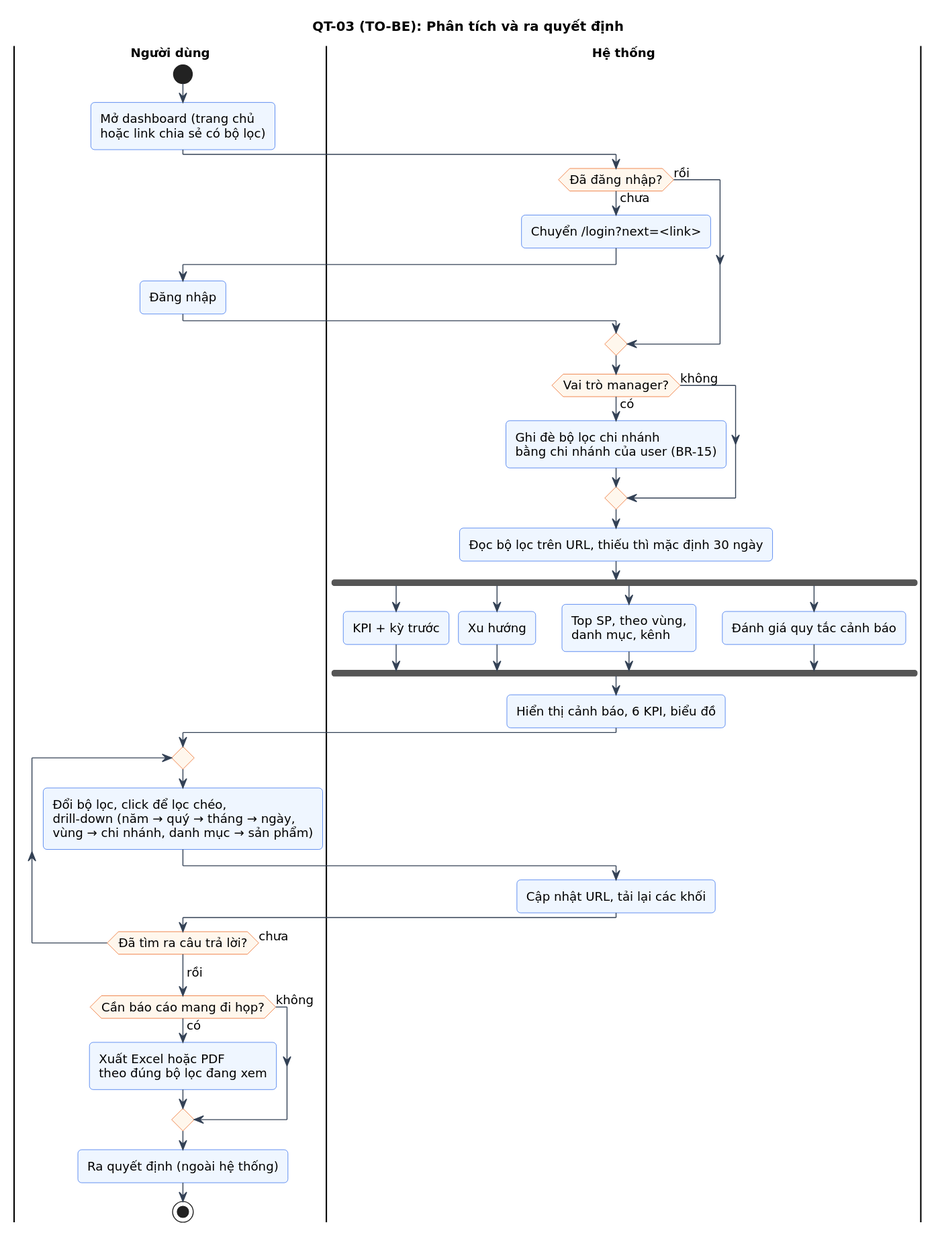
This is docs/phan-tich/so-do/out/05-qt-phan-tich.svg from hoang13516-dev/TTCN_CCROBO, a PlantUML export, as it was before one commit.
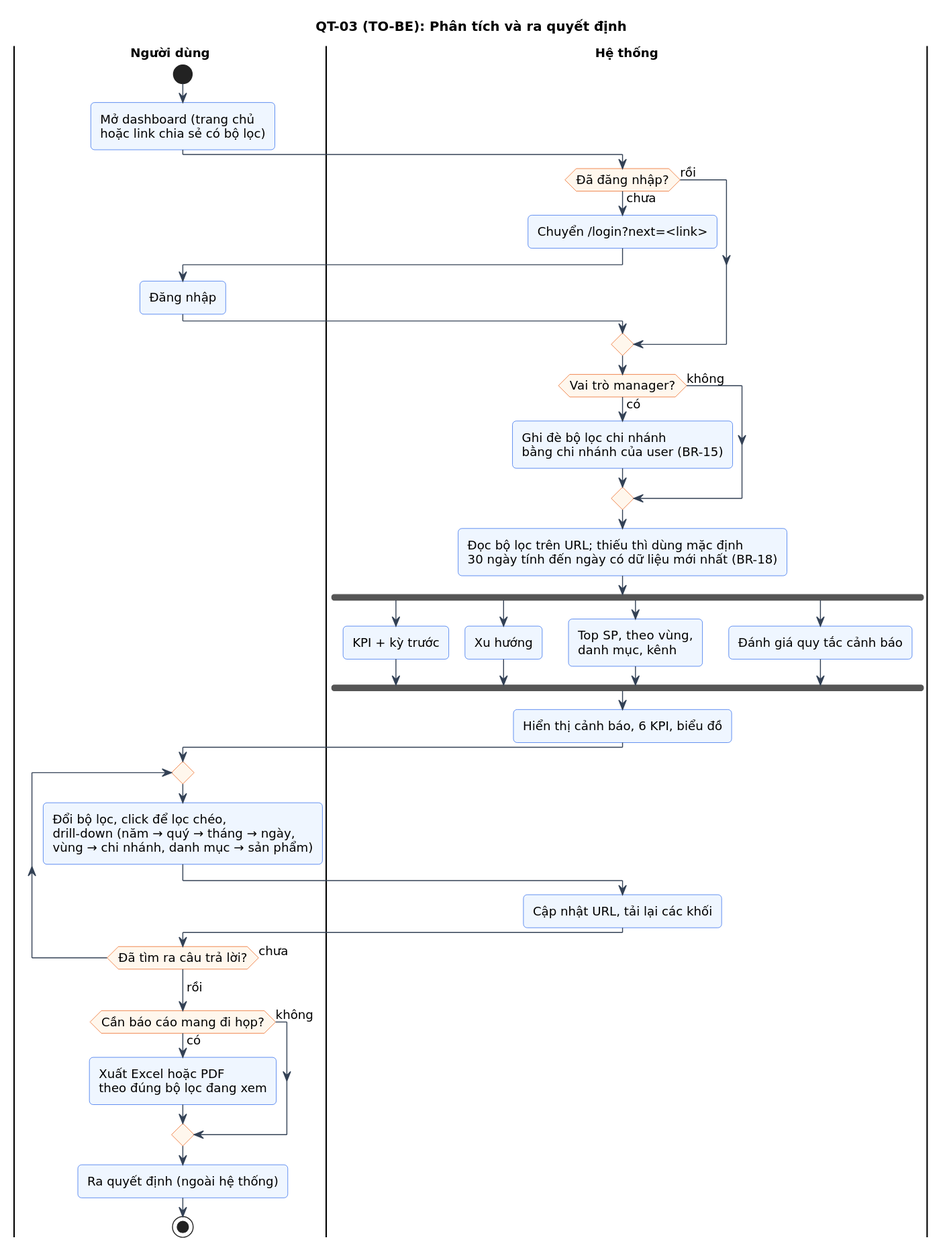
After the change.

Diff of the diagram source:
```diff
@@ -19,7 +19,8 @@
   bằng chi nhánh của user (BR-15);
 else (không)
 endif
-:Đọc bộ lọc trên URL, thiếu thì mặc định 30 ngày;
+:Đọc bộ lọc trên URL; thiếu thì dùng mặc định
+30 ngày tính đến ngày có dữ liệu mới nhất (BR-18);
 fork
   :KPI + kỳ trước;
 fork again
```
